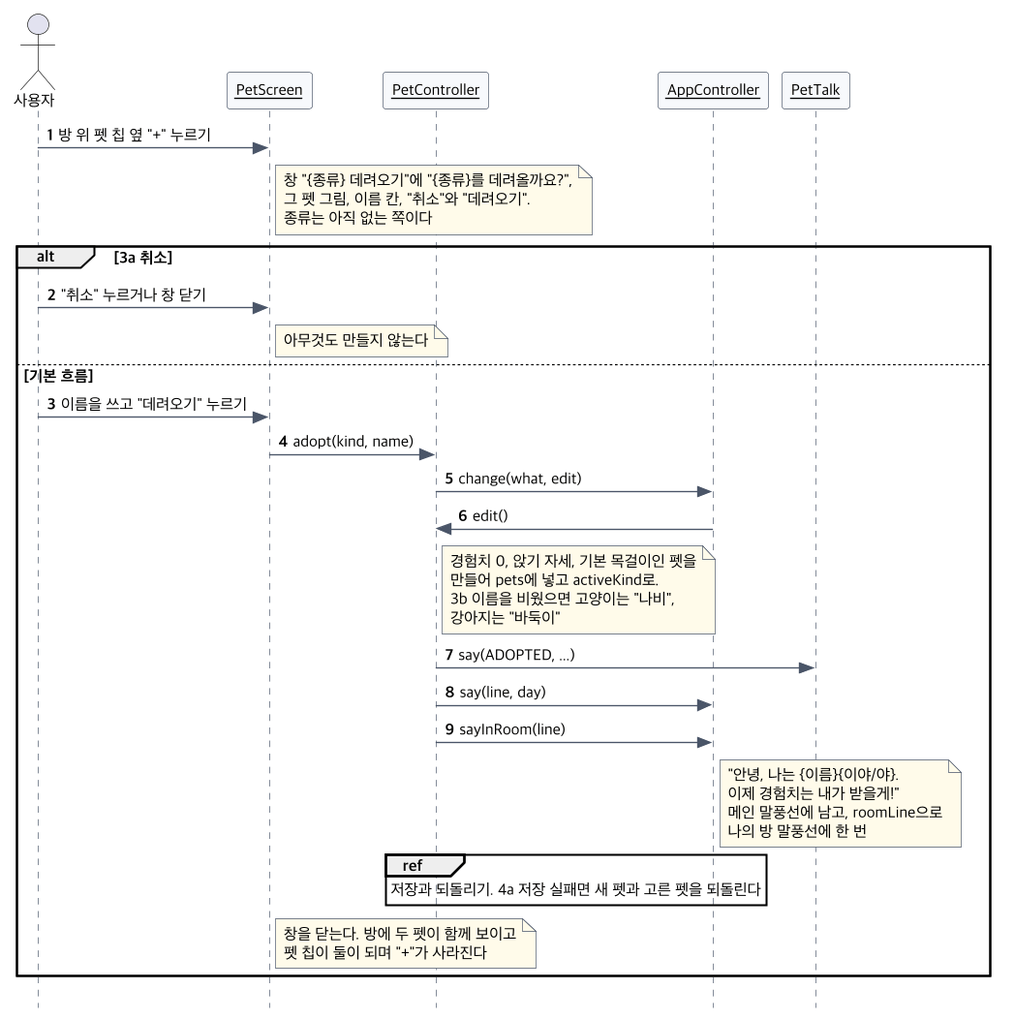
2026-2-software-system-design-11/planning-pet-app keeps this PlantUML diagram as docs/diagrams/seq-uc20.png. Above is the earlier version.
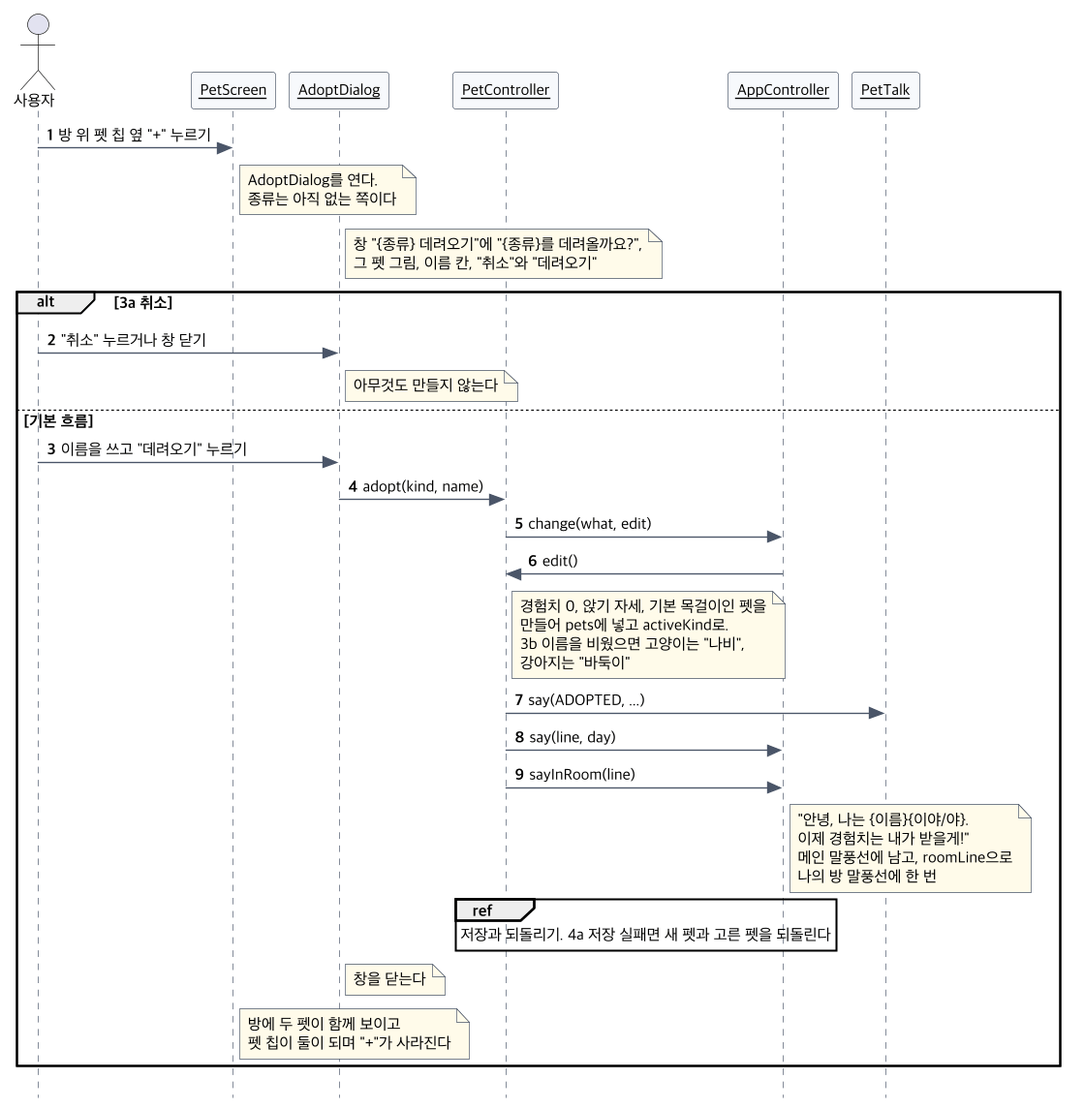
After the change.

Commit message:
docs(pet): 04 UC-20 그림에서 데려오기 창 AdoptDialog가 adopt를 부르게 고치기 (#316)

참여자에 AdoptDialog를 더하고, 취소와 데려오기 누르기, adopt 부름을 나의 방 view에서 AdoptDialog로 옮겼다.

What changed in the source:
```diff
@@ -2,17 +2,19 @@
 !include seq-common.iuml
 actor 사용자
 $obj(PetScreen)
+$obj(AdoptDialog)
 $obj(PetController)
 $obj(AppController)
 $obj(PetTalk)
 사용자 -> PetScreen : 방 위 펫 칩 옆 "+" 누르기
-note right of PetScreen : 창 "{종류} 데려오기"에 "{종류}를 데려올까요?",\n그 펫 그림, 이름 칸, "취소"와 "데려오기".\n종류는 아직 없는 쪽이다
+note right of PetScreen : AdoptDialog를 연다.\n종류는 아직 없는 쪽이다
+note right of AdoptDialog : 창 "{종류} 데려오기"에 "{종류}를 데려올까요?",\n그 펫 그림, 이름 칸, "취소"와 "데려오기"
 alt 3a 취소
-  사용자 -> PetScreen : "취소" 누르거나 창 닫기
-  note right of PetScreen : 아무것도 만들지 않는다
+  사용자 -> AdoptDialog : "취소" 누르거나 창 닫기
+  note right of AdoptDialog : 아무것도 만들지 않는다
 else 기본 흐름
-  사용자 -> PetScreen : 이름을 쓰고 "데려오기" 누르기
-  PetScreen -> PetController : adopt(kind, name)
+  사용자 -> AdoptDialog : 이름을 쓰고 "데려오기" 누르기
+  AdoptDialog -> PetController : adopt(kind, name)
   PetController -> AppController : change(what, edit)
   AppController -> PetController : edit()
   note right of PetController : 경험치 0, 앉기 자세, 기본 목걸이인 펫을\n만들어 pets에 넣고 activeKind로.\n3b 이름을 비웠으면 고양이는 "나비",\n강아지는 "바둑이"
@@ -21,6 +23,7 @@
   PetController -> AppController : sayInRoom(line)
   note right of AppController : "안녕, 나는 {이름}{이야/야}.\n이제 경험치는 내가 받을게!"\n메인 말풍선에 남고, roomLine으로\n나의 방 말풍선에 한 번
   ref over PetController, AppController : 저장과 되돌리기. 4a 저장 실패면 새 펫과 고른 펫을 되돌린다
-  note right of PetScreen : 창을 닫는다. 방에 두 펫이 함께 보이고\n펫 칩이 둘이 되며 "+"가 사라진다
+  note right of AdoptDialog : 창을 닫는다
+  note right of PetScreen : 방에 두 펫이 함께 보이고\n펫 칩이 둘이 되며 "+"가 사라진다
 end
 @enduml
```
